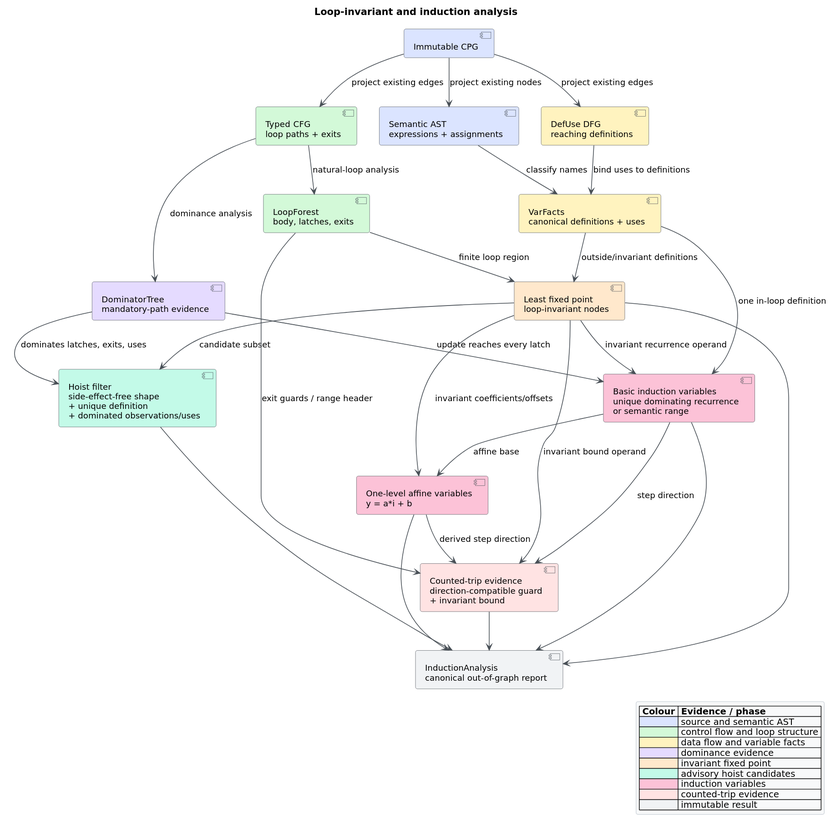
Before: docs/diagrams/induction-analysis.svg, a diagram exported from PlantUML (vinary-tree/libcpg). Its source is kept beside it as docs/diagrams/induction-analysis.puml. The source it was exported from:
```plantuml
@startuml
!include _libcpg-theme.iuml
title Loop-invariant and induction analysis

component "Immutable CPG" as CPG #DBE4FF
component "Semantic AST\nexpressions + assignments" as AST #DBE4FF
component "Typed CFG\nloop paths + exits" as CFG #D3F9D8
component "DefUse DFG\nreaching definitions" as DFG #FFF3BF

component "LoopForest\nbody, latches, exits" as LOOPS #D3F9D8
component "DominatorTree\nmandatory-path evidence" as DOM #E5DBFF
component "VarFacts\ncanonical definitions + uses" as FACTS #FFF3BF

component "Least fixed point\nloop-invariant nodes" as INV #FFE8CC
component "Hoist filter\nside-effect-free shape\n+ unique definition\n+ dominated observations/uses" as HOIST #C3FAE8
component "Basic induction variables\nunique dominating recurrence\nor semantic range" as BASIC #FCC2D7
component "One-level affine variables\ny = a*i + b" as DERIVED #FCC2D7
component "Counted-trip evidence\ndirection-compatible guard\n+ invariant bound" as BOUND #FFE3E3

component "InductionAnalysis\ncanonical out-of-graph report" as REPORT #F1F3F5

CPG --> AST : project existing nodes
CPG --> CFG : project existing edges
CPG --> DFG : project existing edges
CFG --> LOOPS : natural-loop analysis
CFG --> DOM : dominance analysis
AST --> FACTS : classify names
DFG --> FACTS : bind uses to definitions

LOOPS --> INV : finite loop region
FACTS --> INV : outside/invariant definitions
INV --> HOIST : candidate subset
DOM --> HOIST : dominates latches, exits, uses
INV --> BASIC : invariant recurrence operand
FACTS --> BASIC : one in-loop definition
DOM --> BASIC : update reaches every latch
BASIC --> DERIVED : affine base
INV --> DERIVED : invariant coefficients/offsets
BASIC --> BOUND : step direction
DERIVED --> BOUND : derived step direction
LOOPS --> BOUND : exit guards / range header
INV --> BOUND : invariant bound operand

INV --> REPORT
HOIST --> REPORT
BASIC --> REPORT
DERIVED --> REPORT
BOUND --> REPORT

legend right
  |= Colour |= Evidence / phase |
  |<#DBE4FF>| source and semantic AST |
  |<#D3F9D8>| control flow and loop structure |
  |<#FFF3BF>| data flow and variable facts |
  |<#E5DBFF>| dominance evidence |
  |<#FFE8CC>| invariant fixed point |
  |<#C3FAE8>| advisory hoist candidates |
  |<#FCC2D7>| induction variables |
  |<#FFE3E3>| counted-trip evidence |
  |<#F1F3F5>| immutable result |
endlegend
@enduml
```
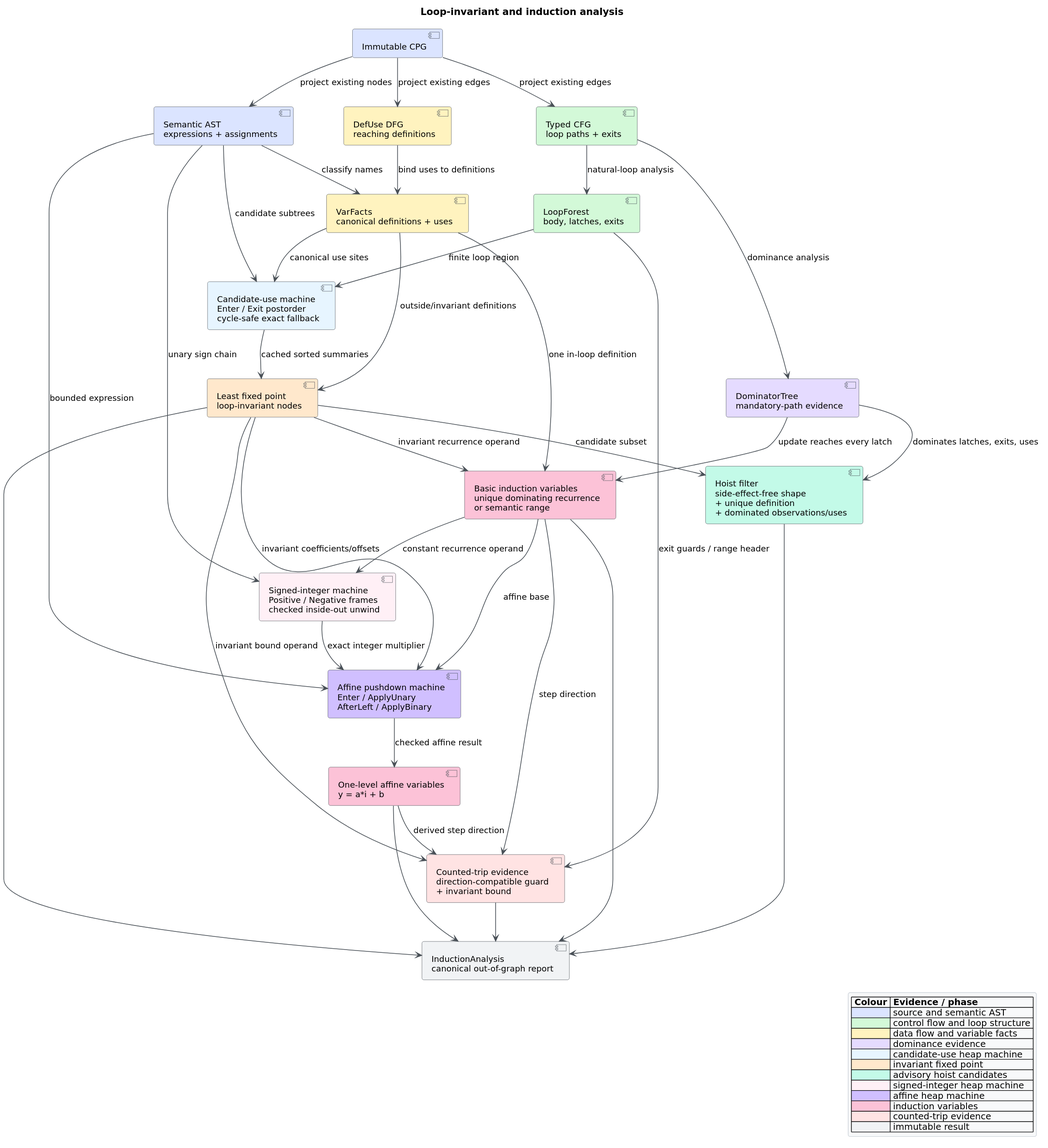
After the change.

What changed in the source:
```diff
@@ -11,9 +11,12 @@
 component "DominatorTree\nmandatory-path evidence" as DOM #E5DBFF
 component "VarFacts\ncanonical definitions + uses" as FACTS #FFF3BF
 
+component "Candidate-use machine\nEnter / Exit postorder\ncycle-safe exact fallback" as USES #E7F5FF
 component "Least fixed point\nloop-invariant nodes" as INV #FFE8CC
 component "Hoist filter\nside-effect-free shape\n+ unique definition\n+ dominated observations/uses" as HOIST #C3FAE8
 component "Basic induction variables\nunique dominating recurrence\nor semantic range" as BASIC #FCC2D7
+component "Signed-integer machine\nPositive / Negative frames\nchecked inside-out unwind" as SIGN #FFF0F6
+component "Affine pushdown machine\nEnter / ApplyUnary\nAfterLeft / ApplyBinary" as AFFINE #D0BFFF
 component "One-level affine variables\ny = a*i + b" as DERIVED #FCC2D7
 component "Counted-trip evidence\ndirection-compatible guard\n+ invariant bound" as BOUND #FFE3E3
 
@@ -27,15 +30,23 @@
 AST --> FACTS : classify names
 DFG --> FACTS : bind uses to definitions
 
-LOOPS --> INV : finite loop region
+LOOPS --> USES : finite loop region
+AST --> USES : candidate subtrees
+FACTS --> USES : canonical use sites
+USES --> INV : cached sorted summaries
 FACTS --> INV : outside/invariant definitions
 INV --> HOIST : candidate subset
 DOM --> HOIST : dominates latches, exits, uses
 INV --> BASIC : invariant recurrence operand
 FACTS --> BASIC : one in-loop definition
 DOM --> BASIC : update reaches every latch
-BASIC --> DERIVED : affine base
-INV --> DERIVED : invariant coefficients/offsets
+BASIC --> SIGN : constant recurrence operand
+AST --> SIGN : unary sign chain
+BASIC --> AFFINE : affine base
+INV --> AFFINE : invariant coefficients/offsets
+AST --> AFFINE : bounded expression
+SIGN --> AFFINE : exact integer multiplier
+AFFINE --> DERIVED : checked affine result
 BASIC --> BOUND : step direction
 DERIVED --> BOUND : derived step direction
 LOOPS --> BOUND : exit guards / range header
@@ -53,8 +64,11 @@
   |<#D3F9D8>| control flow and loop structure |
   |<#FFF3BF>| data flow and variable facts |
   |<#E5DBFF>| dominance evidence |
+  |<#E7F5FF>| candidate-use heap machine |
   |<#FFE8CC>| invariant fixed point |
   |<#C3FAE8>| advisory hoist candidates |
+  |<#FFF0F6>| signed-integer heap machine |
+  |<#D0BFFF>| affine heap machine |
   |<#FCC2D7>| induction variables |
   |<#FFE3E3>| counted-trip evidence |
   |<#F1F3F5>| immutable result |
```
